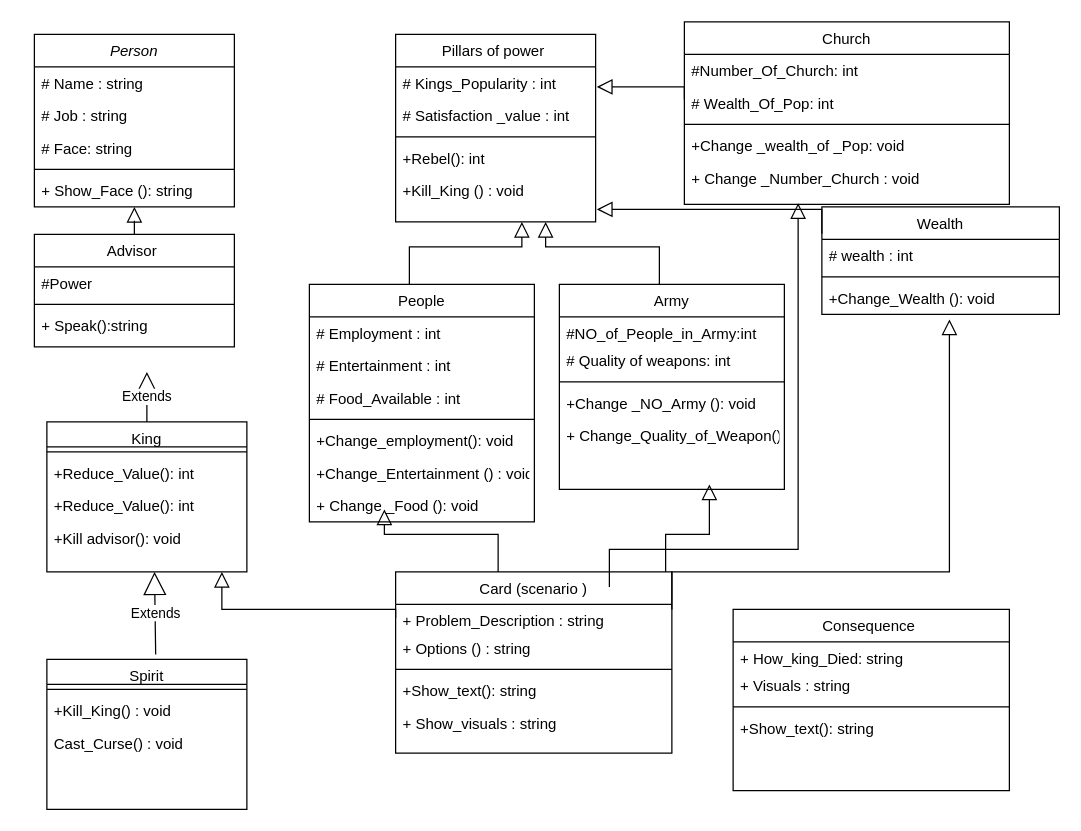
The draw.io diagram Untitled Diagram.drawio in Erfan5555/Game-OOP, before the edit. Source tidied: cells renumbered, new cells numbered last; positions are measured from the earlier drawing's top-left corner, leaving out a move shared by most shapes. Both pictures are drawn from the tidied source at 125%, with x=0, y=0 at pixel (34, 21).
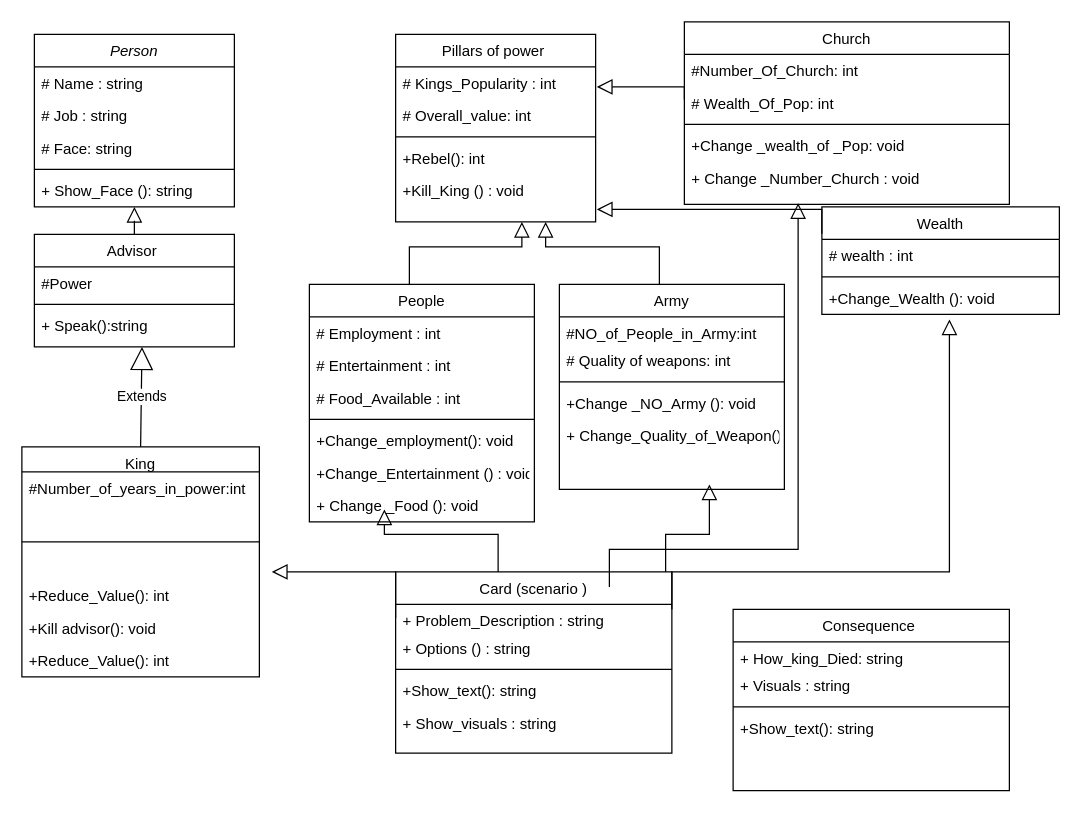
After the change.

The change refers to these unchanged cells:
```xml
<mxCell id="11" value="+ Speak():string" style="text;align=left;verticalAlign=top;spacingLeft=4;spacingRight=4;overflow=hidden;points=[[0,0.5],[1,0.5]];portConstraint=eastwest;" parent="8" vertex="1">
  <mxGeometry y="60" width="160" height="26" as="geometry" />
</mxCell>
<mxCell id="13" value="Pillars of power " style="swimlane;fontStyle=0;align=center;verticalAlign=top;horizontal=1;startSize=26;rounded=0;shadow=0;strokeWidth=1;" parent="1" vertex="1">
  <mxGeometry x="289" y="10" width="160" height="150" as="geometry" />
</mxCell>
<mxCell id="60" value="+ Problem_Description : string" style="text;align=left;verticalAlign=top;spacingLeft=4;spacingRight=4;overflow=hidden;points=[[0,0.5],[1,0.5]];portConstraint=eastwest;" parent="59" vertex="1">
  <mxGeometry y="26" width="221" height="22" as="geometry" />
</mxCell>
```

Diff of the diagram source:
```diff
@@
-    <mxCell id="16" value="# Satisfaction _value : int" style="text;align=left;verticalAlign=top;spacingLeft=4;spacingRight=4;overflow=hidden;rounded=0;shadow=0;html=0;" parent="13" vertex="1">
+    <mxCell id="16" value="# Overall_value: int " style="text;align=left;verticalAlign=top;spacingLeft=4;spacingRight=4;overflow=hidden;rounded=0;shadow=0;html=0;" parent="13" vertex="1">
       <mxGeometry y="52" width="160" height="26" as="geometry" />
     </mxCell>
@@
     <mxCell id="20" value="King" style="swimlane;fontStyle=0;align=center;verticalAlign=top;horizontal=1;startSize=20;rounded=0;shadow=0;strokeWidth=1;" parent="1" vertex="1">
-      <mxGeometry x="10" y="320" width="160" height="120" as="geometry" />
+      <mxGeometry x="-10" y="340" width="190" height="184" as="geometry" />
     </mxCell>
+    <mxCell id="75" value="#Number_of_years_in_power:int" style="text;align=left;verticalAlign=top;spacingLeft=4;spacingRight=4;overflow=hidden;" parent="20" vertex="1">
+      <mxGeometry y="20" width="190" height="26" as="geometry" />
+    </mxCell>
     <mxCell id="21" style="line;html=1;strokeWidth=1;align=left;verticalAlign=middle;spacingTop=-1;spacingLeft=3;spacingRight=3;labelPosition=right;" parent="20" vertex="1">
-      <mxGeometry y="20" width="160" height="8" as="geometry" />
+      <mxGeometry y="46" width="190" height="60" as="geometry" />
     </mxCell>
     <mxCell id="22" value="+Reduce_Value(): int" style="text;align=left;verticalAlign=top;spacingLeft=4;spacingRight=4;overflow=hidden;" parent="20" vertex="1">
-      <mxGeometry y="28" width="160" height="26" as="geometry" />
+      <mxGeometry y="106" width="190" height="26" as="geometry" />
     </mxCell>
+    <mxCell id="24" value="+Kill advisor(): void" style="text;align=left;verticalAlign=top;spacingLeft=4;spacingRight=4;overflow=hidden;" parent="20" vertex="1">
+      <mxGeometry y="132" width="190" height="26" as="geometry" />
+    </mxCell>
     <mxCell id="23" value="+Reduce_Value(): int" style="text;align=left;verticalAlign=top;spacingLeft=4;spacingRight=4;overflow=hidden;" parent="20" vertex="1">
-      <mxGeometry y="54" width="160" height="26" as="geometry" />
+      <mxGeometry y="158" width="190" height="26" as="geometry" />
     </mxCell>
-    <mxCell id="24" value="+Kill advisor(): void" style="text;align=left;verticalAlign=top;spacingLeft=4;spacingRight=4;overflow=hidden;" parent="20" vertex="1">
-      <mxGeometry y="80" width="160" height="26" as="geometry" />
-    </mxCell>
-    <mxCell id="25" value="Extends" style="endArrow=block;endSize=16;endFill=0;html=1;rounded=0;exitX=0.544;exitY=-0.033;exitDx=0;exitDy=0;entryX=0.513;entryY=1;entryDx=0;entryDy=0;entryPerimeter=0;exitPerimeter=0;" parent="20" edge="1" source="26">
-      <mxGeometry relative="1" as="geometry">
-        <mxPoint x="86.1" y="120" as="targetPoint" />
-      </mxGeometry>
-    </mxCell>
-    <mxCell id="26" value="Spirit" style="swimlane;fontStyle=0;align=center;verticalAlign=top;horizontal=1;startSize=20;rounded=0;shadow=0;strokeWidth=1;" parent="1" vertex="1">
-      <mxGeometry x="10" y="510" width="160" height="120" as="geometry" />
-    </mxCell>
-    <mxCell id="27" style="line;html=1;strokeWidth=1;align=left;verticalAlign=middle;spacingTop=-1;spacingLeft=3;spacingRight=3;labelPosition=right;" parent="26" vertex="1">
-      <mxGeometry y="20" width="160" height="8" as="geometry" />
-    </mxCell>
-    <mxCell id="28" value="+Kill_King() : void" style="text;align=left;verticalAlign=top;spacingLeft=4;spacingRight=4;overflow=hidden;" parent="26" vertex="1">
-      <mxGeometry y="28" width="160" height="26" as="geometry" />
-    </mxCell>
-    <mxCell id="29" value="Cast_Curse() : void" style="text;align=left;verticalAlign=top;spacingLeft=4;spacingRight=4;overflow=hidden;" parent="26" vertex="1">
-      <mxGeometry y="54" width="160" height="26" as="geometry" />
-    </mxCell>
-    <mxCell id="30" value="Extends" style="endArrow=block;endSize=16;endFill=0;html=1;rounded=0;exitX=0.5;exitY=0;exitDx=0;exitDy=0;" parent="1" edge="1" source="20">
-      <mxGeometry relative="1" as="geometry">
-        <mxPoint x="90" y="280" as="targetPoint" />
-      </mxGeometry>
+    <mxCell id="30" value="Extends" style="endArrow=block;endSize=16;endFill=0;html=1;rounded=0;exitX=0.5;exitY=0;exitDx=0;exitDy=0;entryX=0.538;entryY=1.154;entryDx=0;entryDy=0;entryPerimeter=0;" parent="1" edge="1" source="20" target="11">
+      <mxGeometry relative="1" as="geometry" />
     </mxCell>
@@
     <mxCell id="69" style="endArrow=block;endSize=10;endFill=0;shadow=0;strokeWidth=1;rounded=0;edgeStyle=elbowEdgeStyle;elbow=vertical;exitX=0;exitY=0.5;exitDx=0;exitDy=0;" parent="1" edge="1" source="60">
       <mxGeometry relative="1" as="geometry">
-        <mxPoint x="150" y="440" as="targetPoint" />
+        <mxPoint x="190" y="440" as="targetPoint" />
         <Array as="points">
+          <mxPoint x="210" y="440" />
           <mxPoint x="230" y="470" />
         </Array>
       </mxGeometry>
     </mxCell>
```
